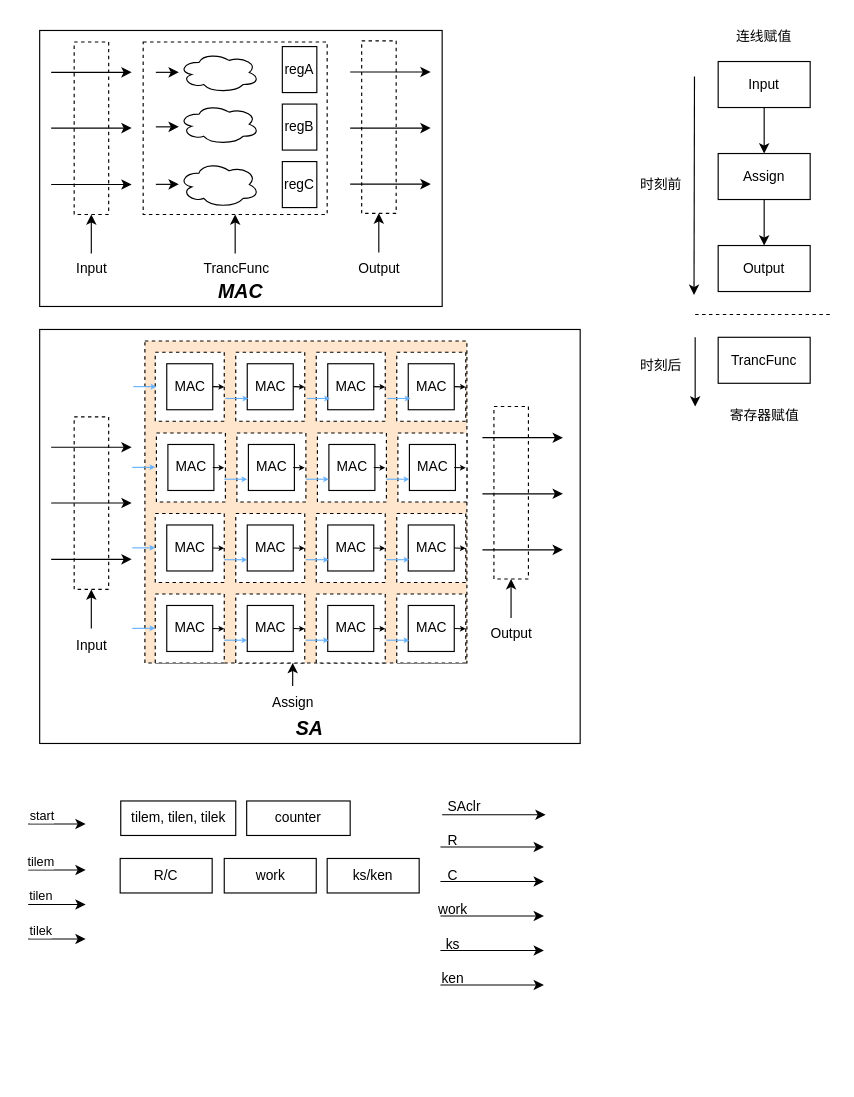
Cain252199/MyNoteBook keeps this draw.io diagram as page "寄存器以及脉动阵列建模" (3 of 3) of Gem5.drawio. Above is the earlier version. Source tidied: cells renumbered, new cells numbered last; positions are measured from the earlier drawing's top-left corner, leaving out a move shared by most shapes. Both pictures are drawn from the tidied source at 115%, with x=0, y=0 at pixel (28, 20).
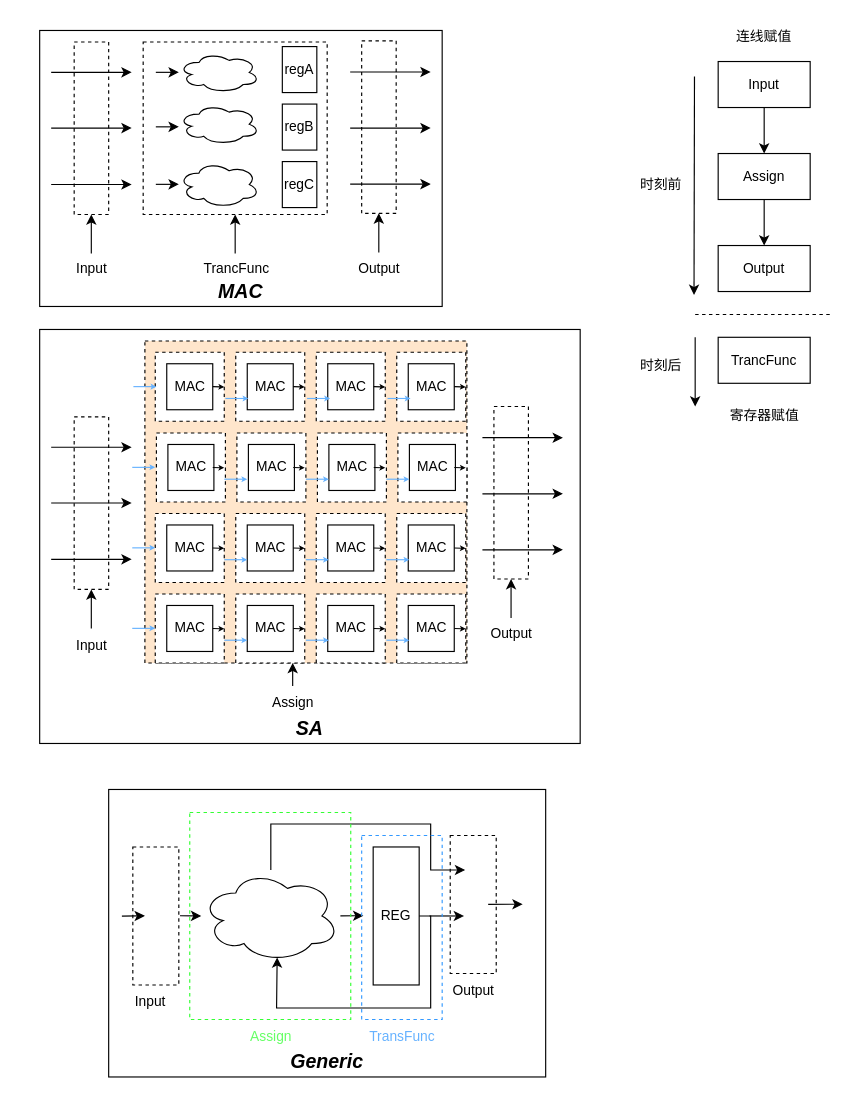
The same diagram, later.

Change to the diagram source:
```diff
@@
+    <mxCell id="145" value="Generic" style="rounded=0;whiteSpace=wrap;html=1;verticalAlign=bottom;fontSize=17;fontStyle=3;" parent="1" vertex="1">
+      <mxGeometry x="70" y="669" width="380" height="250" as="geometry" />
+    </mxCell>
@@
-    <mxCell id="120" style="endArrow=classic;html=1;rounded=0;" parent="1" edge="1">
-      <mxGeometry relative="1" as="geometry">
-        <mxPoint y="699" as="sourcePoint" />
-        <mxPoint x="50" y="699" as="targetPoint" />
-      </mxGeometry>
-    </mxCell>
-    <mxCell id="121" value="start" style="edgeLabel;html=1;align=center;verticalAlign=middle;" parent="120" vertex="1">
-      <mxGeometry x="-0.68" y="1" relative="1" as="geometry">
-        <mxPoint x="3" y="-7" as="offset" />
-      </mxGeometry>
-    </mxCell>
-    <mxCell id="122" style="endArrow=classic;html=1;rounded=0;" parent="1" edge="1">
-      <mxGeometry relative="1" as="geometry">
-        <mxPoint y="739" as="sourcePoint" />
-        <mxPoint x="50" y="739" as="targetPoint" />
-      </mxGeometry>
-    </mxCell>
-    <mxCell id="123" value="tilem" style="edgeLabel;html=1;align=center;verticalAlign=middle;" parent="122" vertex="1">
-      <mxGeometry x="-0.68" y="1" relative="1" as="geometry">
-        <mxPoint x="2" y="-7" as="offset" />
-      </mxGeometry>
-    </mxCell>
-    <mxCell id="124" style="endArrow=classic;html=1;rounded=0;" parent="1" edge="1">
-      <mxGeometry relative="1" as="geometry">
-        <mxPoint y="769" as="sourcePoint" />
-        <mxPoint x="50" y="769" as="targetPoint" />
-      </mxGeometry>
-    </mxCell>
-    <mxCell id="125" value="tilen" style="edgeLabel;html=1;align=center;verticalAlign=middle;" parent="124" vertex="1">
-      <mxGeometry x="-0.68" y="1" relative="1" as="geometry">
-        <mxPoint x="2" y="-7" as="offset" />
-      </mxGeometry>
-    </mxCell>
-    <mxCell id="126" style="endArrow=classic;html=1;rounded=0;" parent="1" edge="1">
-      <mxGeometry relative="1" as="geometry">
-        <mxPoint y="799" as="sourcePoint" />
-        <mxPoint x="50" y="799" as="targetPoint" />
-      </mxGeometry>
-    </mxCell>
-    <mxCell id="127" value="tilek" style="edgeLabel;html=1;align=center;verticalAlign=middle;" parent="126" vertex="1">
-      <mxGeometry x="-0.68" y="1" relative="1" as="geometry">
-        <mxPoint x="2" y="-7" as="offset" />
-      </mxGeometry>
-    </mxCell>
-    <mxCell id="128" style="endArrow=classic;html=1;rounded=0;" parent="1" edge="1">
-      <mxGeometry relative="1" as="geometry">
-        <mxPoint x="360" y="691" as="sourcePoint" />
-        <mxPoint x="450" y="691" as="targetPoint" />
-      </mxGeometry>
-    </mxCell>
-    <mxCell id="129" value="SAclr" style="text;html=1;align=center;verticalAlign=middle;strokeColor=none;fillColor=none;" parent="1" vertex="1">
-      <mxGeometry x="353.5" y="669" width="50" height="30" as="geometry" />
-    </mxCell>
-    <mxCell id="130" style="endArrow=classic;html=1;rounded=0;" parent="1" edge="1">
-      <mxGeometry relative="1" as="geometry">
-        <mxPoint x="358.5" y="719" as="sourcePoint" />
-        <mxPoint x="448.5" y="719" as="targetPoint" />
-      </mxGeometry>
-    </mxCell>
-    <mxCell id="131" value="R" style="text;html=1;align=center;verticalAlign=middle;strokeColor=none;fillColor=none;" parent="1" vertex="1">
-      <mxGeometry x="353.5" y="699" width="30" height="30" as="geometry" />
-    </mxCell>
-    <mxCell id="132" style="endArrow=classic;html=1;rounded=0;" parent="1" edge="1">
-      <mxGeometry relative="1" as="geometry">
-        <mxPoint x="358.5" y="749" as="sourcePoint" />
-        <mxPoint x="448.5" y="749" as="targetPoint" />
-      </mxGeometry>
-    </mxCell>
-    <mxCell id="133" value="C" style="text;html=1;align=center;verticalAlign=middle;strokeColor=none;fillColor=none;" parent="1" vertex="1">
-      <mxGeometry x="353.5" y="729" width="30" height="30" as="geometry" />
-    </mxCell>
-    <mxCell id="134" style="endArrow=classic;html=1;rounded=0;" parent="1" edge="1">
-      <mxGeometry relative="1" as="geometry">
-        <mxPoint x="358.5" y="779" as="sourcePoint" />
-        <mxPoint x="448.5" y="779" as="targetPoint" />
-      </mxGeometry>
-    </mxCell>
-    <mxCell id="135" value="work" style="text;html=1;align=center;verticalAlign=middle;strokeColor=none;fillColor=none;" parent="1" vertex="1">
-      <mxGeometry x="343.5" y="759" width="50" height="30" as="geometry" />
-    </mxCell>
-    <mxCell id="136" style="endArrow=classic;html=1;rounded=0;" parent="1" edge="1">
-      <mxGeometry relative="1" as="geometry">
-        <mxPoint x="358.5" y="809" as="sourcePoint" />
-        <mxPoint x="448.5" y="809" as="targetPoint" />
-      </mxGeometry>
-    </mxCell>
-    <mxCell id="137" style="endArrow=classic;html=1;rounded=0;" parent="1" edge="1">
-      <mxGeometry relative="1" as="geometry">
-        <mxPoint x="358.5" y="839" as="sourcePoint" />
-        <mxPoint x="448.5" y="839" as="targetPoint" />
-      </mxGeometry>
-    </mxCell>
-    <mxCell id="138" value="ken" style="text;html=1;align=center;verticalAlign=middle;strokeColor=none;fillColor=none;" parent="1" vertex="1">
-      <mxGeometry x="348.5" y="819" width="40" height="30" as="geometry" />
-    </mxCell>
-    <mxCell id="139" value="ks" style="text;html=1;align=center;verticalAlign=middle;strokeColor=none;fillColor=none;" parent="1" vertex="1">
-      <mxGeometry x="348.5" y="789" width="40" height="30" as="geometry" />
-    </mxCell>
-    <mxCell id="140" value="&lt;div&gt;tilem, tilen, tilek&lt;/div&gt;" style="rounded=0;whiteSpace=wrap;html=1;" parent="1" vertex="1">
-      <mxGeometry x="80.5" y="679" width="100" height="30" as="geometry" />
-    </mxCell>
-    <mxCell id="141" value="counter" style="rounded=0;whiteSpace=wrap;html=1;" parent="1" vertex="1">
-      <mxGeometry x="190" y="679" width="90" height="30" as="geometry" />
-    </mxCell>
-    <mxCell id="142" value="R/C" style="rounded=0;whiteSpace=wrap;html=1;" parent="1" vertex="1">
-      <mxGeometry x="80" y="729" width="80" height="30" as="geometry" />
-    </mxCell>
-    <mxCell id="143" value="work" style="rounded=0;whiteSpace=wrap;html=1;" parent="1" vertex="1">
-      <mxGeometry x="170.5" y="729" width="80" height="30" as="geometry" />
-    </mxCell>
-    <mxCell id="144" value="ks/ken" style="rounded=0;whiteSpace=wrap;html=1;" parent="1" vertex="1">
-      <mxGeometry x="260" y="729" width="80" height="30" as="geometry" />
-    </mxCell>
+    <mxCell id="146" value="REG" style="rounded=0;whiteSpace=wrap;html=1;" parent="1" vertex="1">
+      <mxGeometry x="300" y="719" width="40" height="120" as="geometry" />
+    </mxCell>
+    <mxCell id="147" style="edgeStyle=orthogonalEdgeStyle;rounded=0;jettySize=auto;html=1;entryX=0.325;entryY=0.25;entryDx=0;entryDy=0;entryPerimeter=0;" parent="1" edge="1" target="156">
+      <mxGeometry relative="1" as="geometry">
+        <mxPoint x="211" y="739" as="sourcePoint" />
+        <Array as="points">
+          <mxPoint x="211" y="699" />
+          <mxPoint x="350" y="699" />
+          <mxPoint x="350" y="739" />
+        </Array>
+      </mxGeometry>
+    </mxCell>
+    <mxCell id="148" style="ellipse;shape=cloud;whiteSpace=wrap;html=1;" parent="1" vertex="1">
+      <mxGeometry x="150.5" y="739" width="120" height="80" as="geometry" />
+    </mxCell>
+    <mxCell id="149" style="rounded=0;whiteSpace=wrap;html=1;strokeColor=default;fillColor=none;dashed=1;" parent="1" vertex="1">
+      <mxGeometry x="91" y="719" width="40" height="120" as="geometry" />
+    </mxCell>
+    <mxCell id="150" style="endArrow=classic;html=1;rounded=0;" parent="1" edge="1">
+      <mxGeometry relative="1" as="geometry">
+        <mxPoint x="81.5" y="779.1" as="sourcePoint" />
+        <mxPoint x="101.5" y="778.9" as="targetPoint" />
+      </mxGeometry>
+    </mxCell>
+    <mxCell id="151" value="Input" style="text;html=1;align=center;verticalAlign=middle;strokeColor=none;fillColor=none;" parent="1" vertex="1">
+      <mxGeometry x="81" y="839" width="50" height="30" as="geometry" />
+    </mxCell>
+    <mxCell id="152" style="endArrow=classic;html=1;rounded=0;exitX=1;exitY=0.5;exitDx=0;exitDy=0;entryX=0.55;entryY=0.95;entryDx=0;entryDy=0;entryPerimeter=0;" parent="1" edge="1" source="146" target="148">
+      <mxGeometry relative="1" as="geometry">
+        <Array as="points">
+          <mxPoint x="350" y="779" />
+          <mxPoint x="350" y="859" />
+          <mxPoint x="216" y="859" />
+        </Array>
+      </mxGeometry>
+    </mxCell>
+    <mxCell id="153" style="endArrow=classic;html=1;rounded=0;" parent="1" edge="1">
+      <mxGeometry relative="1" as="geometry">
+        <mxPoint x="132" y="778.8" as="sourcePoint" />
+        <mxPoint x="150.5" y="779" as="targetPoint" />
+      </mxGeometry>
+    </mxCell>
+    <mxCell id="154" style="endArrow=classic;html=1;rounded=0;" parent="1" edge="1">
+      <mxGeometry relative="1" as="geometry">
+        <mxPoint x="271.5" y="778.9" as="sourcePoint" />
+        <mxPoint x="291.5" y="778.8" as="targetPoint" />
+      </mxGeometry>
+    </mxCell>
+    <mxCell id="155" style="endArrow=classic;html=1;rounded=0;entryX=0.15;entryY=0.583;entryDx=0;entryDy=0;entryPerimeter=0;" parent="1" edge="1">
+      <mxGeometry relative="1" as="geometry">
+        <mxPoint x="349" y="779" as="sourcePoint" />
+        <mxPoint x="379" y="779" as="targetPoint" />
+      </mxGeometry>
+    </mxCell>
+    <mxCell id="156" style="rounded=0;whiteSpace=wrap;html=1;strokeColor=default;fillColor=none;dashed=1;" parent="1" vertex="1">
+      <mxGeometry x="367" y="709" width="40" height="120" as="geometry" />
+    </mxCell>
+    <mxCell id="157" style="endArrow=classic;html=1;rounded=0;entryX=0.15;entryY=0.583;entryDx=0;entryDy=0;entryPerimeter=0;" parent="1" edge="1">
+      <mxGeometry relative="1" as="geometry">
+        <mxPoint x="400" y="768.9" as="sourcePoint" />
+        <mxPoint x="430" y="768.8" as="targetPoint" />
+      </mxGeometry>
+    </mxCell>
+    <mxCell id="158" style="rounded=0;whiteSpace=wrap;html=1;fillColor=none;dashed=1;strokeColor=#33FF33;" parent="1" vertex="1">
+      <mxGeometry x="140.5" y="689" width="140" height="180" as="geometry" />
+    </mxCell>
+    <mxCell id="159" value="Output" style="text;html=1;align=center;verticalAlign=middle;strokeColor=none;fillColor=none;" parent="1" vertex="1">
+      <mxGeometry x="357" y="829" width="60" height="30" as="geometry" />
+    </mxCell>
+    <mxCell id="160" value="Assign" style="text;html=1;align=center;verticalAlign=middle;strokeColor=none;fillColor=none;fontColor=#66FF66;" parent="1" vertex="1">
+      <mxGeometry x="180.5" y="869" width="60" height="30" as="geometry" />
+    </mxCell>
+    <mxCell id="161" style="rounded=0;whiteSpace=wrap;html=1;fillColor=none;dashed=1;strokeColor=#3399FF;" parent="1" vertex="1">
+      <mxGeometry x="290" y="709" width="70" height="160" as="geometry" />
+    </mxCell>
+    <mxCell id="162" value="TransFunc" style="text;html=1;align=center;verticalAlign=middle;strokeColor=none;fillColor=none;fontColor=#66B2FF;" parent="1" vertex="1">
+      <mxGeometry x="285" y="869" width="80" height="30" as="geometry" />
+    </mxCell>
```
